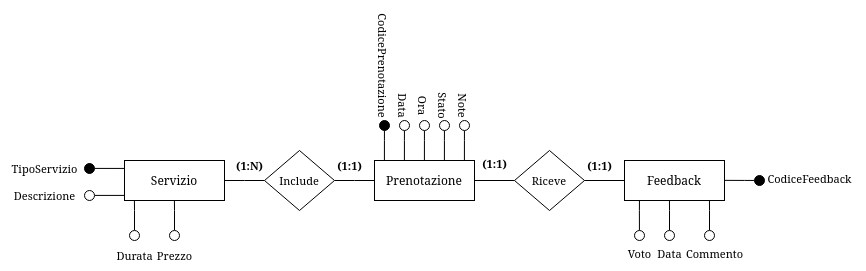
This is fase_due/images/rifinitura_prenotazione.png from IonutZbir/ProgettoDatabase, a draw.io export, as it was before one commit. Source tidied: cells renumbered, new cells last; positions are measured from the earlier drawing's top-left corner, leaving out a move shared by most shapes.
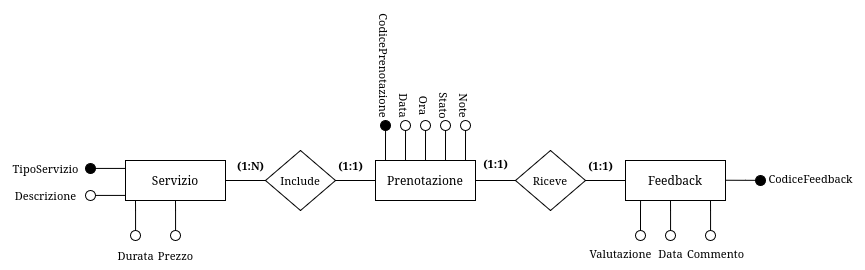
Later version of the same file.

Change to the diagram source:
```diff
@@ -228,8 +228,8 @@
     <mxCell id="48" style="ellipse;whiteSpace=wrap;html=1;fontFamily=Helvetica;fontSize=11;fontColor=default;labelBackgroundColor=default;" parent="1" vertex="1">
       <mxGeometry x="635" y="180" width="10" height="10" as="geometry" />
     </mxCell>
-    <mxCell id="49" value="Voto" style="text;html=1;align=center;verticalAlign=middle;strokeColor=none;fillColor=none;fontFamily=Helvetica;fontSize=11;fontColor=default;labelBackgroundColor=default;" parent="1" vertex="1">
-      <mxGeometry x="615" y="188" width="50" height="30" as="geometry" />
+    <mxCell id="49" value="Valutazione" style="text;html=1;align=center;verticalAlign=middle;strokeColor=none;fillColor=none;fontFamily=Helvetica;fontSize=11;fontColor=default;labelBackgroundColor=default;" parent="1" vertex="1">
+      <mxGeometry x="575" y="188" width="90" height="30" as="geometry" />
     </mxCell>
     <mxCell id="50" value="(1:1)" style="text;html=1;align=center;verticalAlign=middle;strokeColor=none;fillColor=none;fontFamily=Helvetica;fontSize=11;fontColor=default;labelBackgroundColor=default;fontStyle=1;" parent="1" vertex="1">
       <mxGeometry x="470" y="98" width="50" height="30" as="geometry" />
```
